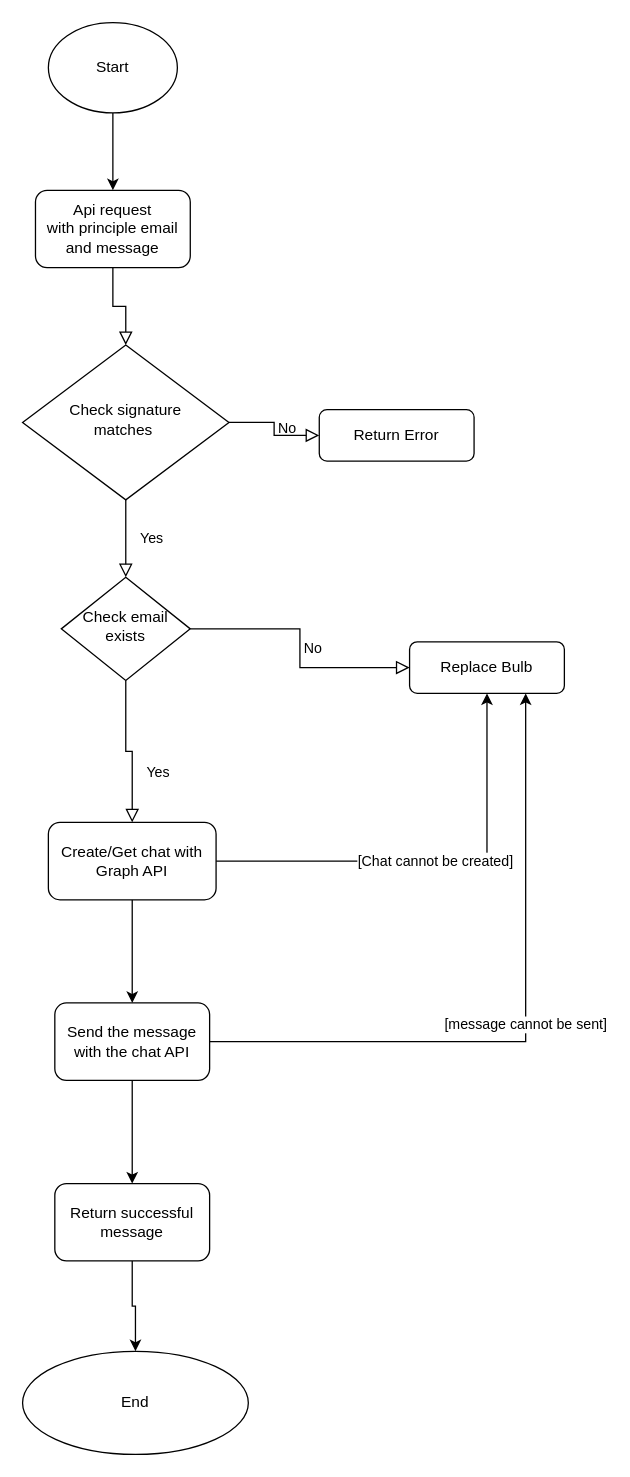
This is Untitled Diagram.drawio from amunim/JeepersPrivacyPolicy, a draw.io file, before an edit. Source tidied: cells renumbered, new cells numbered last; positions are measured from the earlier drawing's top-left corner, leaving out a move shared by most shapes. Both pictures are drawn from the tidied source at 129%, with x=0, y=0 at pixel (22, 22).
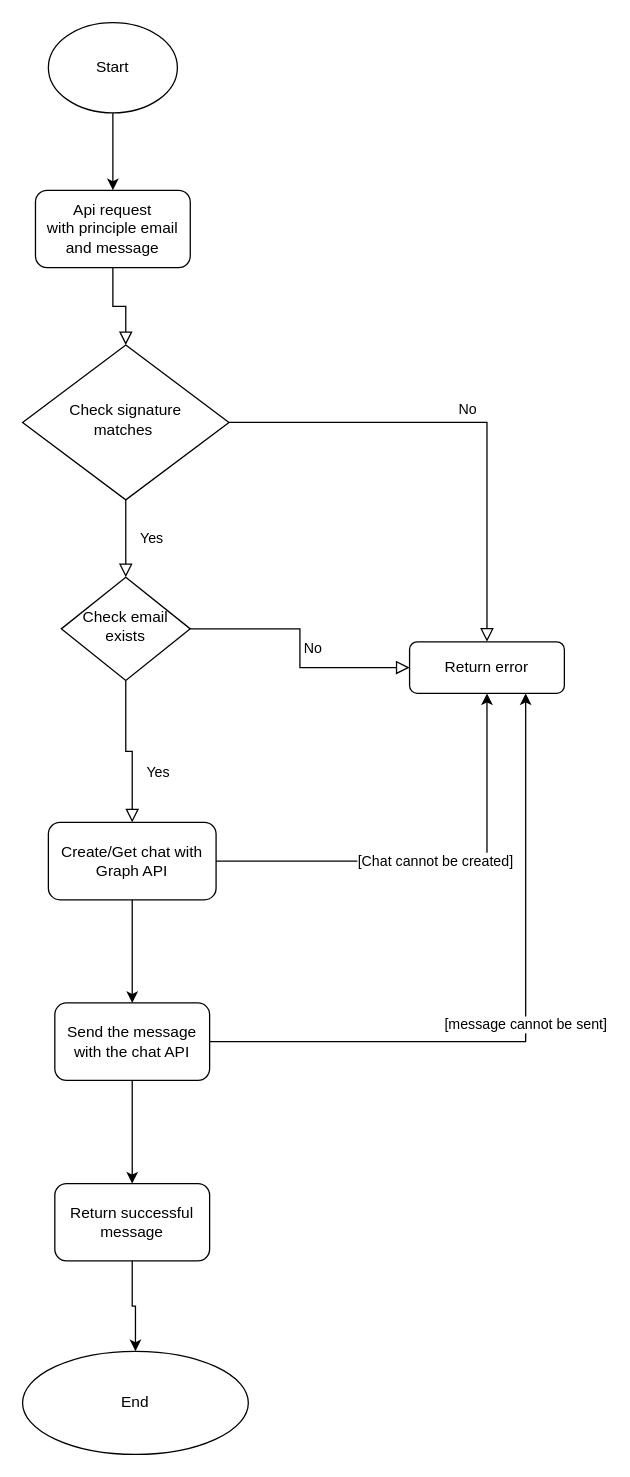
Above is the later version.

Commit message:
Update to flow diagram of ms teams

The change refers to these unchanged cells:
```xml
<mxCell id="6" value="Check signature &lt;br&gt;matches&amp;nbsp;" style="rhombus;whiteSpace=wrap;html=1;shadow=0;fontFamily=Helvetica;fontSize=12;align=center;strokeWidth=1;spacing=6;spacingTop=-4;" parent="1" vertex="1">
  <mxGeometry y="250" width="160" height="120" as="geometry" />
</mxCell>
```

The edit, as a diff of the source:
```diff
@@
-    <mxCell id="5" value="No" style="edgeStyle=orthogonalEdgeStyle;rounded=0;html=1;jettySize=auto;fontSize=11;endArrow=block;endFill=0;endSize=8;strokeWidth=1;shadow=0;labelBackgroundColor=none;" parent="1" edge="1" source="6" target="7">
+    <mxCell id="5" value="No" style="edgeStyle=orthogonalEdgeStyle;rounded=0;html=1;jettySize=auto;fontSize=11;endArrow=block;endFill=0;endSize=8;strokeWidth=1;shadow=0;labelBackgroundColor=none;entryX=0.5;entryY=0;entryDx=0;entryDy=0;" parent="1" edge="1" source="6" target="14">
       <mxGeometry y="10" relative="1" as="geometry" />
     </mxCell>
@@
-    <mxCell id="7" value="Return Error" style="rounded=1;whiteSpace=wrap;html=1;fontSize=12;glass=0;strokeWidth=1;shadow=0;" parent="1" vertex="1">
-      <mxGeometry x="230" y="300" width="120" height="40" as="geometry" />
-    </mxCell>
@@
-    <mxCell id="14" value="Replace Bulb" style="rounded=1;whiteSpace=wrap;html=1;fontSize=12;glass=0;strokeWidth=1;shadow=0;" parent="1" vertex="1">
+    <mxCell id="14" value="Return error" style="rounded=1;whiteSpace=wrap;html=1;fontSize=12;glass=0;strokeWidth=1;shadow=0;" parent="1" vertex="1">
       <mxGeometry x="300" y="480" width="120" height="40" as="geometry" />
     </mxCell>
```
